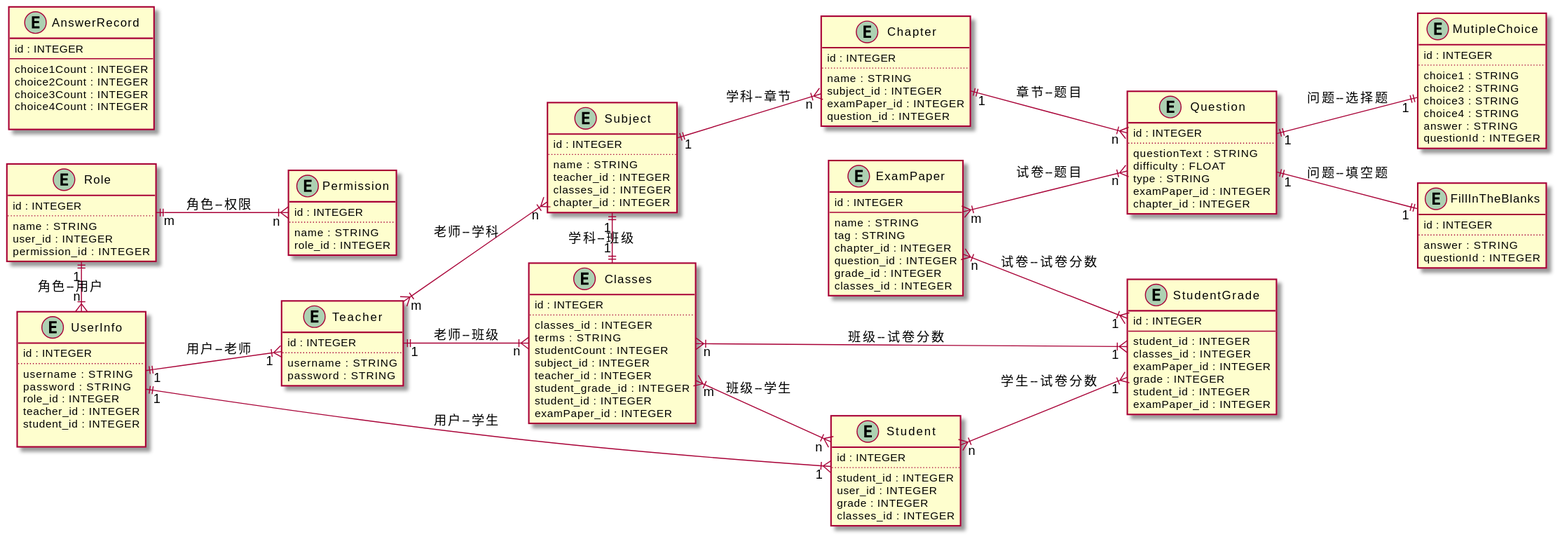
This is ER/pic/Models.svg from Chandler-Bang/QR_Class, a PlantUML export, as it was before one commit.
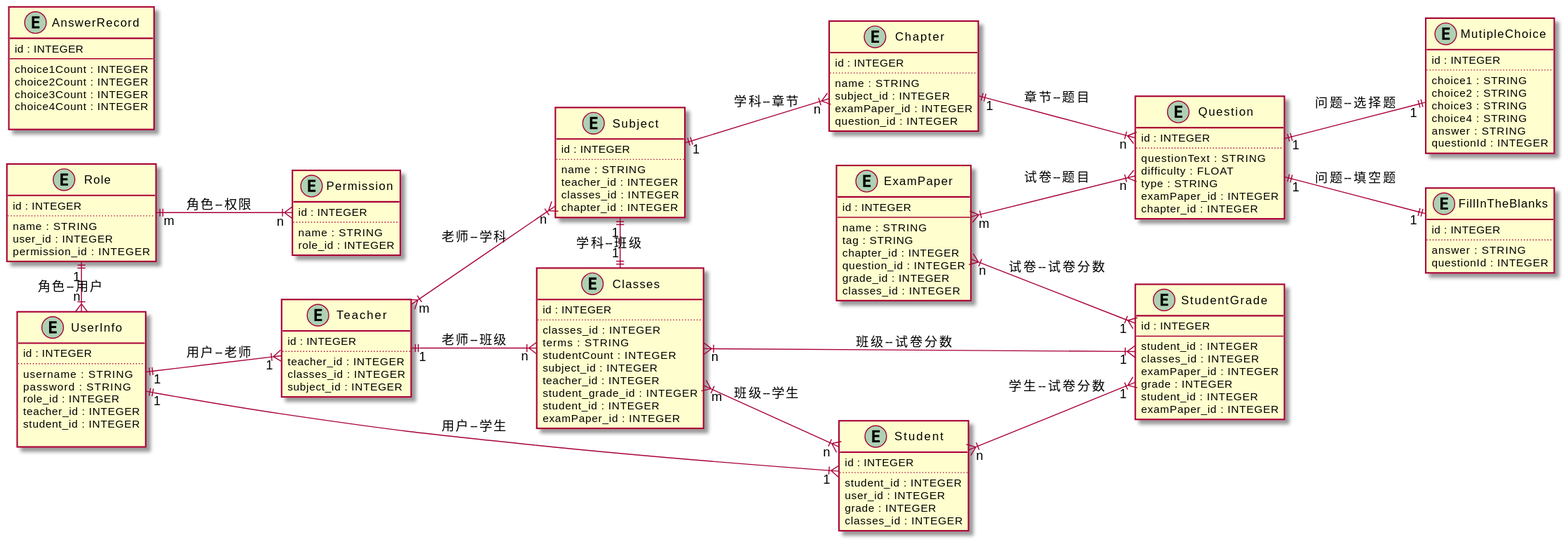
The same file after the commit.

Change to the diagram source:
```diff
@@ -92,8 +92,9 @@
 entity Teacher{
     id : INTEGER
     ..
-    username : STRING
-    password : STRING
+    teacher_id : INTEGER
+    classes_id : INTEGER
+    subject_id : INTEGER
 }
 
 
```
